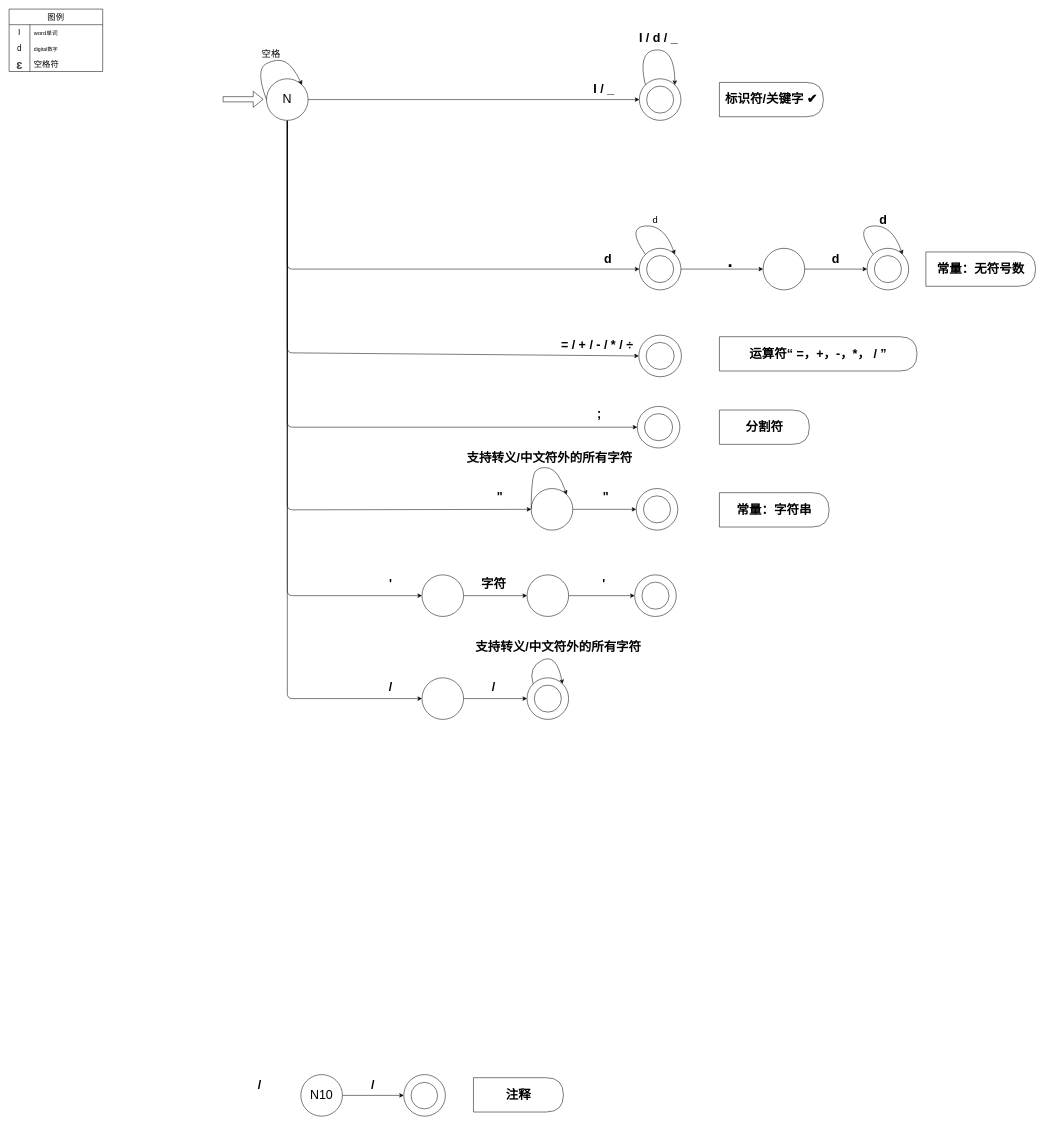
Before: docs/lexicalAnalysis/DFA1.0.drawio in Yu-Xing-Hai/compiler, a draw.io diagram. Source tidied: cells renumbered, new cells numbered last; positions are measured from the earlier drawing's top-left corner, leaving out a move shared by most shapes. Both pictures are drawn from the tidied source at 52%, with x=0, y=0 at pixel (9, 9).
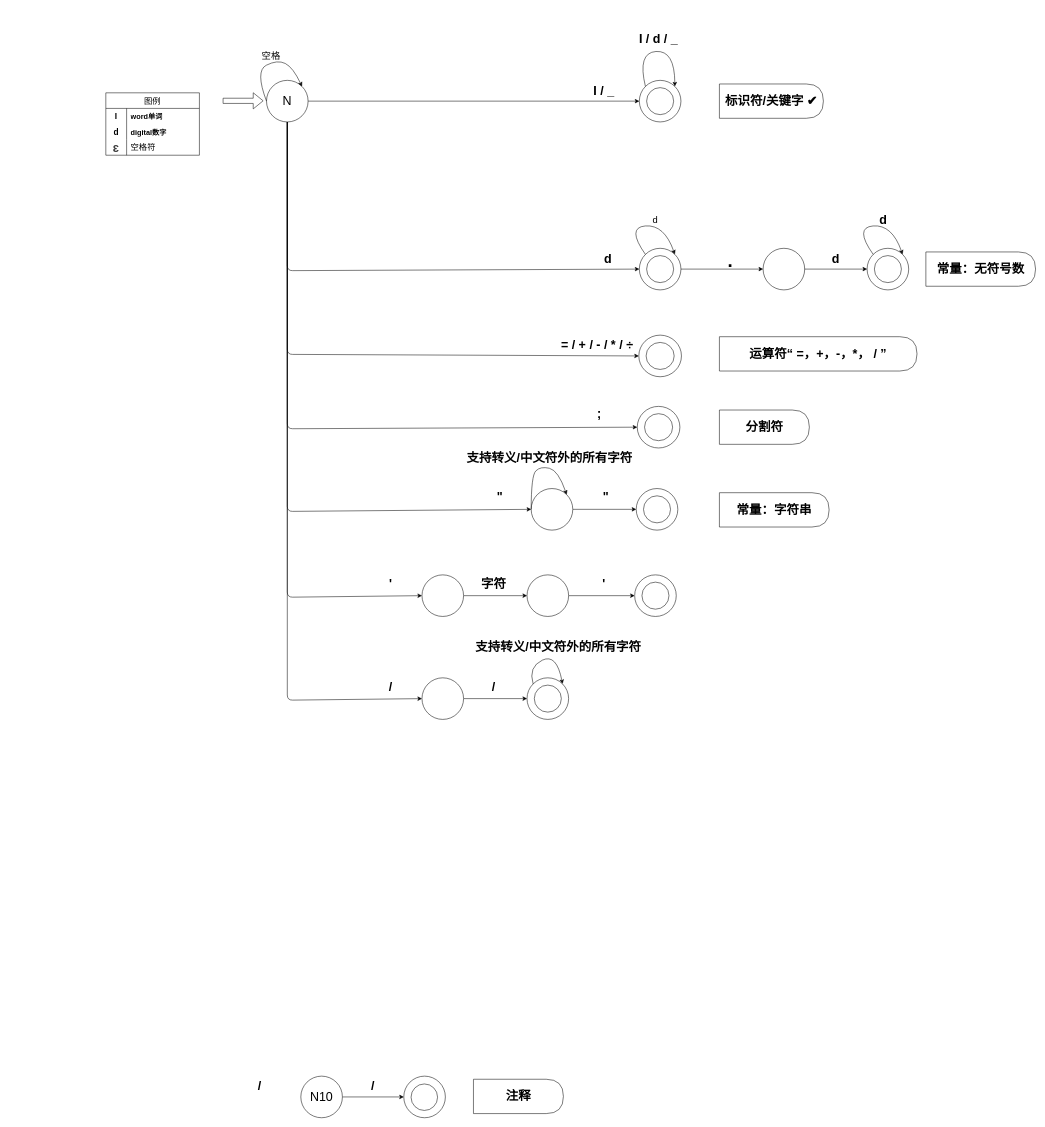
Above is the later version.

Unchanged cells that the change refers to:
```xml
<mxCell id="29" style="ellipse;whiteSpace=wrap;html=1;fillColor=default;strokeColor=default;" parent="1" vertex="1">
  <mxGeometry x="1211" y="627" width="82" height="80" as="geometry" />
</mxCell>
<mxCell id="34" style="ellipse;whiteSpace=wrap;html=1;fillColor=default;strokeColor=default;" parent="1" vertex="1">
  <mxGeometry x="1208" y="764" width="82" height="80" as="geometry" />
</mxCell>
<mxCell id="45" style="ellipse;whiteSpace=wrap;html=1;fillColor=default;strokeColor=default;" parent="1" vertex="1">
  <mxGeometry x="1004" y="922" width="80" height="80" as="geometry" />
</mxCell>
<mxCell id="53" style="shape=tableRow;horizontal=0;startSize=0;swimlaneHead=0;swimlaneBody=0;top=0;left=0;bottom=0;right=0;fillColor=none;strokeColor=inherit;fontSize=16;" parent="52" vertex="1">
  <mxGeometry y="30" width="180" height="30" as="geometry" />
</mxCell>
<mxCell id="56" style="shape=tableRow;horizontal=0;startSize=0;swimlaneHead=0;swimlaneBody=0;top=0;left=0;bottom=0;right=0;fillColor=none;strokeColor=inherit;fontSize=16;" parent="52" vertex="1">
  <mxGeometry y="60" width="180" height="30" as="geometry" />
</mxCell>
<mxCell id="62" style="ellipse;whiteSpace=wrap;html=1;fillColor=default;strokeColor=default;" parent="1" vertex="1">
  <mxGeometry x="1212" y="460" width="80" height="80" as="geometry" />
</mxCell>
<mxCell id="69" style="ellipse;whiteSpace=wrap;html=1;fillColor=default;strokeColor=default;" parent="1" vertex="1">
  <mxGeometry x="794" y="1088" width="80" height="80" as="geometry" />
</mxCell>
<mxCell id="77" style="ellipse;whiteSpace=wrap;html=1;fillColor=default;strokeColor=default;" parent="1" vertex="1">
  <mxGeometry x="794" y="1286" width="80" height="80" as="geometry" />
</mxCell>
```

Diff of the diagram source:
```diff
@@
     <mxCell id="4" style="edgeStyle=none;html=1;exitX=0.5;exitY=1;exitDx=0;exitDy=0;entryX=0;entryY=0.5;entryDx=0;entryDy=0;" parent="1" edge="1" source="10" target="62">
       <mxGeometry relative="1" as="geometry">
         <Array as="points">
-          <mxPoint x="535" y="500" />
+          <mxPoint x="535" y="503" />
         </Array>
       </mxGeometry>
     </mxCell>
     <mxCell id="5" style="edgeStyle=none;html=1;exitX=0.5;exitY=1;exitDx=0;exitDy=0;entryX=0;entryY=0.5;entryDx=0;entryDy=0;" parent="1" edge="1" source="10" target="29">
       <mxGeometry relative="1" as="geometry">
         <Array as="points">
-          <mxPoint x="535" y="661" />
+          <mxPoint x="535" y="664" />
         </Array>
       </mxGeometry>
     </mxCell>
     <mxCell id="6" style="edgeStyle=none;html=1;exitX=0.5;exitY=1;exitDx=0;exitDy=0;entryX=0;entryY=0.5;entryDx=0;entryDy=0;" parent="1" edge="1" source="10" target="34">
       <mxGeometry relative="1" as="geometry">
         <Array as="points">
-          <mxPoint x="535" y="804" />
+          <mxPoint x="535" y="807" />
         </Array>
       </mxGeometry>
     </mxCell>
     <mxCell id="7" style="edgeStyle=none;html=1;exitX=0.5;exitY=1;exitDx=0;exitDy=0;entryX=0;entryY=0.5;entryDx=0;entryDy=0;" parent="1" edge="1" source="10" target="45">
       <mxGeometry relative="1" as="geometry">
         <Array as="points">
-          <mxPoint x="535" y="963" />
+          <mxPoint x="535" y="966" />
         </Array>
       </mxGeometry>
     </mxCell>
     <mxCell id="8" style="edgeStyle=none;html=1;exitX=0.5;exitY=1;exitDx=0;exitDy=0;entryX=0;entryY=0.5;entryDx=0;entryDy=0;" parent="1" edge="1" source="10" target="69">
       <mxGeometry relative="1" as="geometry">
         <Array as="points">
-          <mxPoint x="535" y="1128" />
+          <mxPoint x="535" y="1131" />
         </Array>
       </mxGeometry>
     </mxCell>
     <mxCell id="9" style="edgeStyle=none;html=1;exitX=0.5;exitY=1;exitDx=0;exitDy=0;entryX=0;entryY=0.5;entryDx=0;entryDy=0;" parent="1" edge="1" source="10" target="77">
       <mxGeometry relative="1" as="geometry">
         <Array as="points">
-          <mxPoint x="535" y="1326" />
+          <mxPoint x="535" y="1329" />
         </Array>
       </mxGeometry>
     </mxCell>
     <mxCell id="10" value="&lt;font style=&quot;font-size: 24px;&quot;&gt;N&lt;/font&gt;" style="ellipse;whiteSpace=wrap;html=1;fillColor=default;strokeColor=default;" parent="1" vertex="1">
-      <mxGeometry x="495" y="134" width="80" height="80" as="geometry" />
+      <mxGeometry x="495" y="137" width="80" height="80" as="geometry" />
     </mxCell>
     <mxCell id="11" style="curved=1;endArrow=classic;html=1;exitX=0;exitY=0.5;exitDx=0;exitDy=0;entryX=1;entryY=0;entryDx=0;entryDy=0;" parent="1" edge="1" source="10" target="10">
       <mxGeometry relative="1" as="geometry">
         <Array as="points">
-          <mxPoint x="473" y="116" />
-          <mxPoint x="516" y="94" />
-          <mxPoint x="546" y="109" />
+          <mxPoint x="473" y="119" />
+          <mxPoint x="516" y="97" />
+          <mxPoint x="546" y="112" />
         </Array>
       </mxGeometry>
     </mxCell>
     <mxCell id="12" style="shape=flexArrow;endArrow=classic;html=1;" parent="1" edge="1">
       <mxGeometry relative="1" as="geometry">
-        <mxPoint x="411" y="173.4" as="sourcePoint" />
-        <mxPoint x="489" y="173.4" as="targetPoint" />
+        <mxPoint x="411" y="176.4" as="sourcePoint" />
+        <mxPoint x="489" y="176.4" as="targetPoint" />
       </mxGeometry>
     </mxCell>
     <mxCell id="13" value="&lt;font style=&quot;font-size: 18px;&quot;&gt;空格&lt;/font&gt;" style="text;html=1;align=center;verticalAlign=middle;whiteSpace=wrap;rounded=0;" parent="1" vertex="1">
-      <mxGeometry x="476" y="73" width="56" height="28" as="geometry" />
+      <mxGeometry x="476" y="76" width="56" height="28" as="geometry" />
     </mxCell>
@@
     <mxCell id="23" style="ellipse;whiteSpace=wrap;html=1;fillColor=default;strokeColor=default;" parent="1" vertex="1">
-      <mxGeometry x="1212" y="134" width="80" height="80" as="geometry" />
+      <mxGeometry x="1212" y="137" width="80" height="80" as="geometry" />
     </mxCell>
     <mxCell id="24" value="&lt;font style=&quot;font-size: 24px;&quot;&gt;&lt;b style=&quot;&quot;&gt;I / _&lt;/b&gt;&lt;/font&gt;" style="text;html=1;align=center;verticalAlign=middle;whiteSpace=wrap;rounded=0;" parent="1" vertex="1">
-      <mxGeometry x="1116" y="140" width="56" height="28" as="geometry" />
+      <mxGeometry x="1116" y="143" width="56" height="28" as="geometry" />
     </mxCell>
     <mxCell id="25" style="curved=1;endArrow=classic;html=1;exitX=0;exitY=0;exitDx=0;exitDy=0;entryX=1;entryY=0;entryDx=0;entryDy=0;" parent="1" edge="1" source="23" target="23">
       <mxGeometry relative="1" as="geometry">
         <Array as="points">
-          <mxPoint x="1208" y="81" />
-          <mxPoint x="1280" y="76" />
+          <mxPoint x="1208" y="84" />
+          <mxPoint x="1280" y="79" />
         </Array>
       </mxGeometry>
     </mxCell>
     <mxCell id="26" value="&lt;font style=&quot;font-size: 24px;&quot;&gt;&lt;b style=&quot;&quot;&gt;I / d / _&lt;/b&gt;&lt;/font&gt;" style="text;html=1;align=center;verticalAlign=middle;whiteSpace=wrap;rounded=0;" parent="1" vertex="1">
-      <mxGeometry x="1168" y="41" width="162" height="28" as="geometry" />
+      <mxGeometry x="1168" y="44" width="162" height="28" as="geometry" />
     </mxCell>
     <mxCell id="27" style="ellipse;whiteSpace=wrap;html=1;fillColor=default;strokeColor=default;" parent="1" vertex="1">
-      <mxGeometry x="1226" y="148" width="52" height="52" as="geometry" />
+      <mxGeometry x="1226" y="151" width="52" height="52" as="geometry" />
     </mxCell>
     <mxCell id="28" value="&lt;span style=&quot;font-size: 24px;&quot;&gt;&lt;b&gt;标识符/关键字 ✔&lt;/b&gt;&lt;/span&gt;" style="shape=delay;whiteSpace=wrap;html=1;" parent="1" vertex="1">
-      <mxGeometry x="1366" y="141" width="200" height="66" as="geometry" />
+      <mxGeometry x="1366" y="144" width="200" height="66" as="geometry" />
     </mxCell>
@@
     <mxCell id="37" style="edgeStyle=none;html=1;exitX=1;exitY=0.5;exitDx=0;exitDy=0;entryX=0;entryY=0.5;entryDx=0;entryDy=0;" parent="1" edge="1" source="38">
       <mxGeometry relative="1" as="geometry">
-        <mxPoint x="759" y="2089" as="targetPoint" />
+        <mxPoint x="759" y="2092" as="targetPoint" />
       </mxGeometry>
     </mxCell>
     <mxCell id="38" value="&lt;font style=&quot;font-size: 24px;&quot;&gt;N10&lt;/font&gt;" style="ellipse;whiteSpace=wrap;html=1;fillColor=default;strokeColor=default;" parent="1" vertex="1">
-      <mxGeometry x="561" y="2049" width="80" height="80" as="geometry" />
+      <mxGeometry x="561" y="2052" width="80" height="80" as="geometry" />
     </mxCell>
     <mxCell id="39" value="&lt;span style=&quot;font-size: 24px;&quot;&gt;&lt;b&gt;/&lt;/b&gt;&lt;/span&gt;" style="text;html=1;align=center;verticalAlign=middle;whiteSpace=wrap;rounded=0;" parent="1" vertex="1">
-      <mxGeometry x="454" y="2055" width="56" height="28" as="geometry" />
+      <mxGeometry x="454" y="2058" width="56" height="28" as="geometry" />
     </mxCell>
     <mxCell id="40" style="ellipse;whiteSpace=wrap;html=1;fillColor=default;strokeColor=default;" parent="1" vertex="1">
-      <mxGeometry x="759" y="2049" width="80" height="80" as="geometry" />
+      <mxGeometry x="759" y="2052" width="80" height="80" as="geometry" />
     </mxCell>
     <mxCell id="41" style="ellipse;whiteSpace=wrap;html=1;fillColor=default;strokeColor=default;" parent="1" vertex="1">
-      <mxGeometry x="773" y="2064" width="51" height="51" as="geometry" />
+      <mxGeometry x="773" y="2067" width="51" height="51" as="geometry" />
     </mxCell>
     <mxCell id="42" value="&lt;span style=&quot;font-size: 24px;&quot;&gt;&lt;b&gt;注释&lt;/b&gt;&lt;/span&gt;" style="shape=delay;whiteSpace=wrap;html=1;" parent="1" vertex="1">
-      <mxGeometry x="893" y="2055" width="173" height="66" as="geometry" />
+      <mxGeometry x="893" y="2058" width="173" height="66" as="geometry" />
     </mxCell>
     <mxCell id="43" value="&lt;span style=&quot;font-size: 24px;&quot;&gt;&lt;b&gt;/&lt;/b&gt;&lt;/span&gt;" style="text;html=1;align=center;verticalAlign=middle;whiteSpace=wrap;rounded=0;" parent="1" vertex="1">
-      <mxGeometry x="672" y="2055" width="56" height="28" as="geometry" />
+      <mxGeometry x="672" y="2058" width="56" height="28" as="geometry" />
     </mxCell>
@@
     <mxCell id="52" value="图例" style="shape=table;startSize=30;childLayout=tableLayout;rowLines=0;fontStyle=0;strokeColor=default;fontSize=16;" parent="1" vertex="1">
-      <mxGeometry width="180" height="120" as="geometry" />
+      <mxGeometry x="186" y="161" width="180" height="120" as="geometry" />
     </mxCell>
@@
-    <mxCell id="54" value="I" style="shape=partialRectangle;html=1;whiteSpace=wrap;fillColor=none;top=0;left=0;bottom=0;right=0;overflow=hidden;strokeColor=inherit;fontSize=16;" parent="53" vertex="1">
+    <mxCell id="54" value="&lt;b&gt;I&lt;/b&gt;" style="shape=partialRectangle;html=1;whiteSpace=wrap;fillColor=none;top=0;left=0;bottom=0;right=0;overflow=hidden;strokeColor=inherit;fontSize=16;" parent="53" vertex="1">
       <mxGeometry width="40" height="30" as="geometry" />
     </mxCell>
-    <mxCell id="55" value="&lt;font style=&quot;font-size: 11px;&quot;&gt;word单词&lt;/font&gt;" style="shape=partialRectangle;html=1;whiteSpace=wrap;fillColor=none;top=0;left=0;bottom=0;right=0;align=left;spacingLeft=6;overflow=hidden;strokeColor=inherit;fontSize=16;" parent="53" vertex="1">
+    <mxCell id="55" value="&lt;font style=&quot;font-size: 14px;&quot;&gt;&lt;b&gt;word单词&lt;/b&gt;&lt;/font&gt;" style="shape=partialRectangle;html=1;whiteSpace=wrap;fillColor=none;top=0;left=0;bottom=0;right=0;align=left;spacingLeft=6;overflow=hidden;strokeColor=inherit;fontSize=16;" parent="53" vertex="1">
       <mxGeometry x="40" width="140" height="30" as="geometry" />
     </mxCell>
@@
-    <mxCell id="57" value="d" style="shape=partialRectangle;html=1;whiteSpace=wrap;fillColor=none;top=0;left=0;bottom=0;right=0;overflow=hidden;strokeColor=inherit;fontSize=16;" parent="56" vertex="1">
+    <mxCell id="57" value="&lt;b&gt;d&lt;/b&gt;" style="shape=partialRectangle;html=1;whiteSpace=wrap;fillColor=none;top=0;left=0;bottom=0;right=0;overflow=hidden;strokeColor=inherit;fontSize=16;" parent="56" vertex="1">
       <mxGeometry width="40" height="30" as="geometry" />
     </mxCell>
-    <mxCell id="58" value="&lt;font style=&quot;font-size: 10px;&quot;&gt;digital数字&lt;/font&gt;" style="shape=partialRectangle;html=1;whiteSpace=wrap;fillColor=none;top=0;left=0;bottom=0;right=0;align=left;spacingLeft=6;overflow=hidden;strokeColor=inherit;fontSize=16;" parent="56" vertex="1">
+    <mxCell id="58" value="&lt;font style=&quot;font-size: 14px;&quot;&gt;&lt;b&gt;digital数字&lt;/b&gt;&lt;/font&gt;" style="shape=partialRectangle;html=1;whiteSpace=wrap;fillColor=none;top=0;left=0;bottom=0;right=0;align=left;spacingLeft=6;overflow=hidden;strokeColor=inherit;fontSize=16;" parent="56" vertex="1">
       <mxGeometry x="40" width="140" height="30" as="geometry" />
     </mxCell>
```
